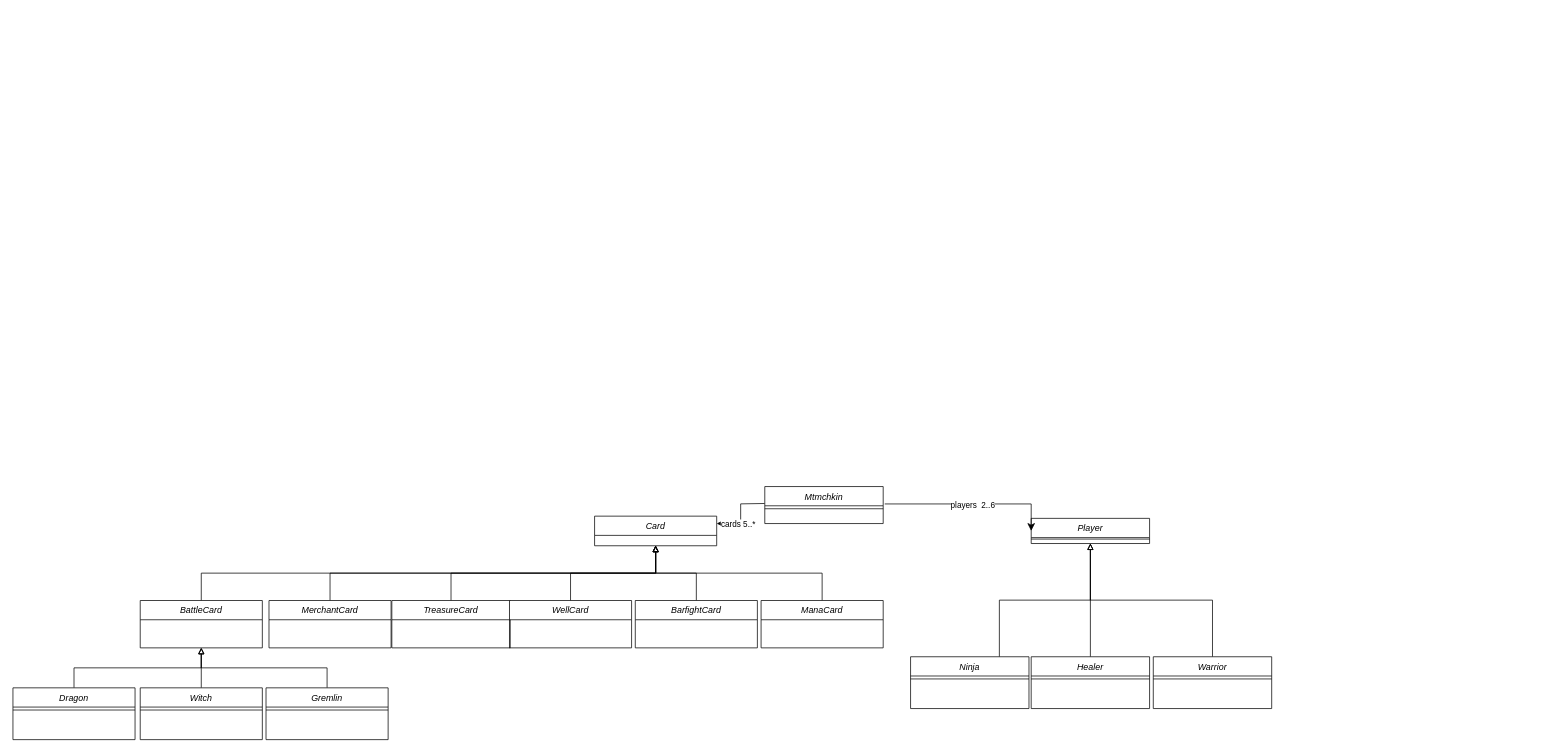
Earlier version of the draw.io diagram HW4_UML.drawio (bahat/ex4). Source tidied: cells renumbered, new cells numbered last; positions are measured from the earlier drawing's top-left corner, leaving out a move shared by most shapes. Both pictures are drawn from the tidied source at 74%, with x=0, y=0 at pixel (13, 486).
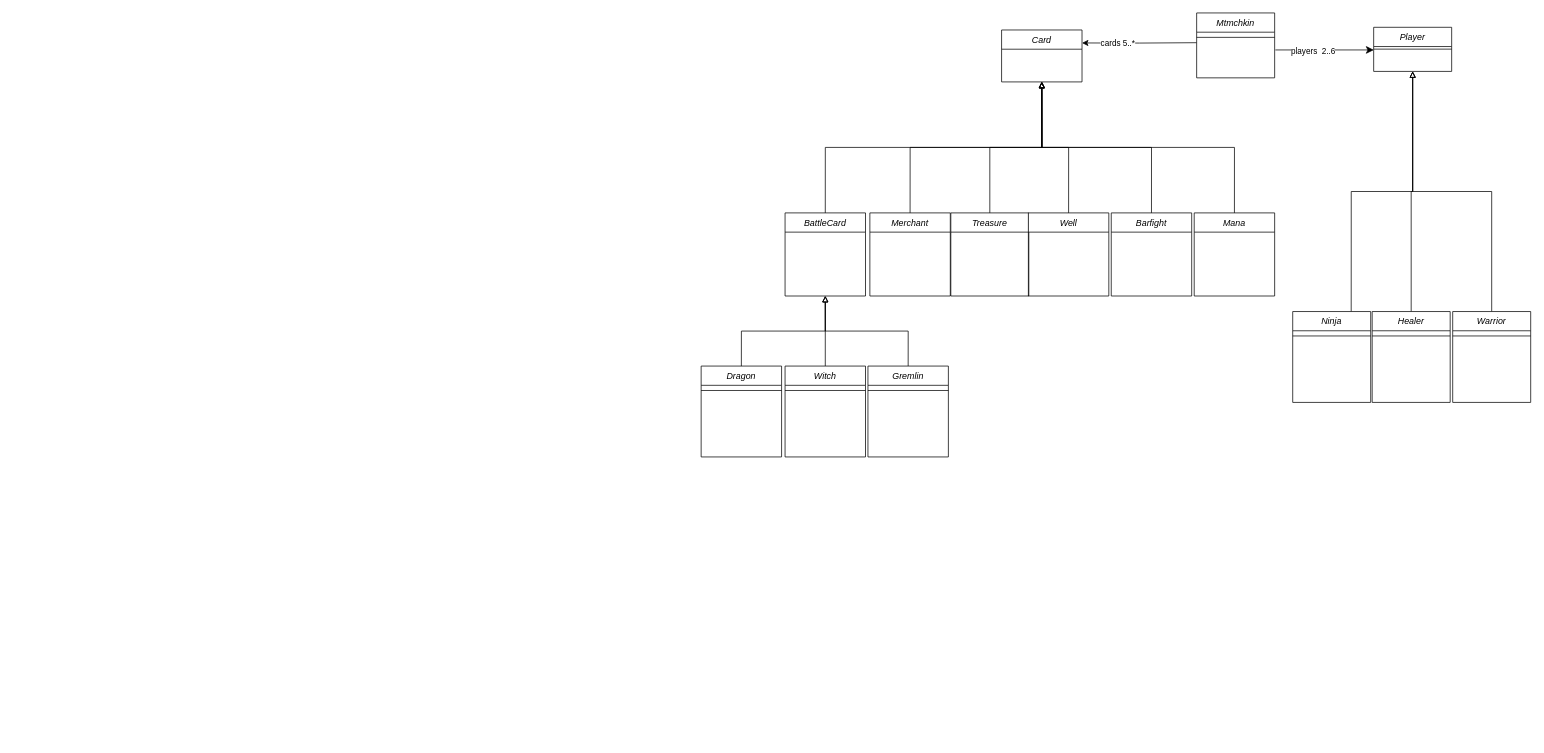
After the change.

Commit message:
updated uml diagram

What changed in the source:
```diff
@@
+    <mxCell id="41" style="group;" parent="1" vertex="1">
+      <mxGeometry x="930" y="-640" width="1121" height="600" as="geometry" />
+    </mxCell>
-    <mxCell id="2" value="Mtmchkin" style="swimlane;fontStyle=2;align=center;verticalAlign=top;horizontal=1;startSize=26;rounded=0;shadow=0;strokeWidth=1;" parent="1" vertex="1">
-      <mxGeometry x="1016" width="160" height="50" as="geometry" />
+    <mxCell id="2" value="Mtmchkin" style="swimlane;fontStyle=2;align=center;verticalAlign=top;horizontal=1;startSize=26;rounded=0;shadow=0;strokeWidth=1;" parent="41" vertex="1">
+      <mxGeometry x="669.6" width="105.4" height="87.7" as="geometry" />
     </mxCell>
     <mxCell id="3" style="line;html=1;strokeWidth=1;align=left;verticalAlign=middle;spacingTop=-1;spacingLeft=3;spacingRight=3;labelPosition=right;" parent="2" vertex="1">
-      <mxGeometry y="26" width="160" height="8" as="geometry" />
+      <mxGeometry y="26" width="105.4" height="14" as="geometry" />
     </mxCell>
-    <mxCell id="4" value="Player" style="swimlane;fontStyle=2;align=center;verticalAlign=top;horizontal=1;startSize=26;rounded=0;shadow=0;strokeWidth=1;" parent="1" vertex="1">
-      <mxGeometry x="1376" y="43" width="160" height="34" as="geometry" />
+    <mxCell id="4" value="Player" style="swimlane;fontStyle=2;align=center;verticalAlign=top;horizontal=1;startSize=26;rounded=0;shadow=0;strokeWidth=1;" parent="41" vertex="1">
+      <mxGeometry x="908.8" y="19.4" width="105.4" height="59.6" as="geometry" />
     </mxCell>
     <mxCell id="5" style="line;html=1;strokeWidth=1;align=left;verticalAlign=middle;spacingTop=-1;spacingLeft=3;spacingRight=3;labelPosition=right;" parent="4" vertex="1">
-      <mxGeometry y="26" width="160" height="4" as="geometry" />
+      <mxGeometry y="26" width="105.4" height="7" as="geometry" />
     </mxCell>
-    <mxCell id="6" style="edgeStyle=segmentEdgeStyle;endArrow=classic;html=1;curved=0;rounded=0;endSize=8;startSize=8;exitX=1.013;exitY=0.199;exitDx=0;exitDy=0;exitPerimeter=0;entryX=0;entryY=0.5;entryDx=0;entryDy=0;" parent="1" edge="1" target="4">
+    <mxCell id="6" style="edgeStyle=segmentEdgeStyle;endArrow=classic;html=1;curved=0;rounded=0;endSize=8;startSize=8;" parent="41" edge="1">
       <mxGeometry relative="1" as="geometry">
-        <mxPoint x="1178.1" y="23.5" as="sourcePoint" />
+        <mxPoint x="776" y="50" as="sourcePoint" />
+        <mxPoint x="909" y="50" as="targetPoint" />
+        <Array as="points">
+          <mxPoint x="776" y="50" />
+        </Array>
       </mxGeometry>
     </mxCell>
@@
-    <mxCell id="8" style="edgeStyle=orthogonalEdgeStyle;rounded=0;jettySize=auto;html=1;exitX=0.75;exitY=0;exitDx=0;exitDy=0;endArrow=block;endFill=0;entryX=0.5;entryY=1;entryDx=0;entryDy=0;" parent="1" edge="1" source="9" target="4">
+    <mxCell id="8" style="edgeStyle=orthogonalEdgeStyle;rounded=0;jettySize=auto;html=1;exitX=0.75;exitY=0;exitDx=0;exitDy=0;endArrow=block;endFill=0;entryX=0.5;entryY=1;entryDx=0;entryDy=0;" parent="41" edge="1" source="9" target="4">
       <mxGeometry relative="1" as="geometry" />
     </mxCell>
-    <mxCell id="9" value="Ninja" style="swimlane;fontStyle=2;align=center;verticalAlign=top;horizontal=1;startSize=26;rounded=0;shadow=0;strokeWidth=1;" parent="1" vertex="1">
-      <mxGeometry x="1213" y="230" width="160" height="70" as="geometry" />
+    <mxCell id="9" value="Ninja" style="swimlane;fontStyle=2;align=center;verticalAlign=top;horizontal=1;startSize=26;rounded=0;shadow=0;strokeWidth=1;" parent="41" vertex="1">
+      <mxGeometry x="799.4" y="403.5" width="105.4" height="122.8" as="geometry" />
     </mxCell>
     <mxCell id="10" style="line;html=1;strokeWidth=1;align=left;verticalAlign=middle;spacingTop=-1;spacingLeft=3;spacingRight=3;labelPosition=right;" parent="9" vertex="1">
-      <mxGeometry y="26" width="160" height="8" as="geometry" />
+      <mxGeometry y="26" width="105.4" height="14" as="geometry" />
     </mxCell>
-    <mxCell id="11" style="edgeStyle=orthogonalEdgeStyle;rounded=0;jettySize=auto;html=1;exitX=0.5;exitY=0;exitDx=0;exitDy=0;endArrow=block;endFill=0;entryX=0.5;entryY=1;entryDx=0;entryDy=0;" parent="1" edge="1" source="12" target="4">
+    <mxCell id="11" style="edgeStyle=orthogonalEdgeStyle;rounded=0;jettySize=auto;html=1;exitX=0.5;exitY=0;exitDx=0;exitDy=0;endArrow=block;endFill=0;entryX=0.5;entryY=1;entryDx=0;entryDy=0;" parent="41" edge="1" source="12" target="4">
       <mxGeometry relative="1" as="geometry" />
     </mxCell>
-    <mxCell id="12" value="Healer" style="swimlane;fontStyle=2;align=center;verticalAlign=top;horizontal=1;startSize=26;rounded=0;shadow=0;strokeWidth=1;" parent="1" vertex="1">
-      <mxGeometry x="1376" y="230" width="160" height="70" as="geometry" />
+    <mxCell id="12" value="Healer" style="swimlane;fontStyle=2;align=center;verticalAlign=top;horizontal=1;startSize=26;rounded=0;shadow=0;strokeWidth=1;" parent="41" vertex="1">
+      <mxGeometry x="906.8" y="403.5" width="105.4" height="122.8" as="geometry" />
     </mxCell>
     <mxCell id="13" style="line;html=1;strokeWidth=1;align=left;verticalAlign=middle;spacingTop=-1;spacingLeft=3;spacingRight=3;labelPosition=right;" parent="12" vertex="1">
-      <mxGeometry y="26" width="160" height="8" as="geometry" />
+      <mxGeometry y="26" width="105.4" height="14" as="geometry" />
     </mxCell>
-    <mxCell id="14" style="edgeStyle=orthogonalEdgeStyle;rounded=0;jettySize=auto;html=1;exitX=0.5;exitY=0;exitDx=0;exitDy=0;endArrow=block;endFill=0;entryX=0.5;entryY=1;entryDx=0;entryDy=0;" parent="1" edge="1" source="15" target="4">
+    <mxCell id="14" style="edgeStyle=orthogonalEdgeStyle;rounded=0;jettySize=auto;html=1;exitX=0.5;exitY=0;exitDx=0;exitDy=0;endArrow=block;endFill=0;entryX=0.5;entryY=1;entryDx=0;entryDy=0;" parent="41" edge="1" source="15" target="4">
       <mxGeometry relative="1" as="geometry" />
     </mxCell>
-    <mxCell id="15" value="Warrior" style="swimlane;fontStyle=2;align=center;verticalAlign=top;horizontal=1;startSize=26;rounded=0;shadow=0;strokeWidth=1;" parent="1" vertex="1">
-      <mxGeometry x="1541" y="230" width="160" height="70" as="geometry" />
+    <mxCell id="15" value="Warrior" style="swimlane;fontStyle=2;align=center;verticalAlign=top;horizontal=1;startSize=26;rounded=0;shadow=0;strokeWidth=1;" parent="41" vertex="1">
+      <mxGeometry x="1015.6" y="403.5" width="105.4" height="122.8" as="geometry" />
     </mxCell>
     <mxCell id="16" style="line;html=1;strokeWidth=1;align=left;verticalAlign=middle;spacingTop=-1;spacingLeft=3;spacingRight=3;labelPosition=right;" parent="15" vertex="1">
-      <mxGeometry y="26" width="160" height="8" as="geometry" />
+      <mxGeometry y="26" width="105.4" height="14" as="geometry" />
     </mxCell>
-    <mxCell id="17" value="Card" style="swimlane;fontStyle=2;align=center;verticalAlign=top;horizontal=1;startSize=26;rounded=0;shadow=0;strokeWidth=1;" parent="1" vertex="1">
-      <mxGeometry x="786" y="40" width="165" height="40" as="geometry" />
+    <mxCell id="17" value="Card" style="swimlane;fontStyle=2;align=center;verticalAlign=top;horizontal=1;startSize=26;rounded=0;shadow=0;strokeWidth=1;" parent="41" vertex="1">
+      <mxGeometry x="406" y="23" width="108.7" height="70.2" as="geometry" />
     </mxCell>
-    <mxCell id="18" style="edgeStyle=orthogonalEdgeStyle;rounded=0;jettySize=auto;html=1;exitX=0.5;exitY=0;exitDx=0;exitDy=0;entryX=0.5;entryY=1;entryDx=0;entryDy=0;endArrow=block;endFill=0;" parent="1" edge="1" source="19" target="22">
-      <mxGeometry relative="1" as="geometry" />
-    </mxCell>
-    <mxCell id="19" value="Dragon" style="swimlane;fontStyle=2;align=center;verticalAlign=top;horizontal=1;startSize=26;rounded=0;shadow=0;strokeWidth=1;" parent="1" vertex="1">
-      <mxGeometry y="272" width="165" height="70" as="geometry" />
+    <mxCell id="19" value="Dragon" style="swimlane;fontStyle=2;align=center;verticalAlign=top;horizontal=1;startSize=26;rounded=0;shadow=0;strokeWidth=1;" parent="41" vertex="1">
+      <mxGeometry y="477.2" width="108.7" height="122.8" as="geometry" />
     </mxCell>
     <mxCell id="20" style="line;html=1;strokeWidth=1;align=left;verticalAlign=middle;spacingTop=-1;spacingLeft=3;spacingRight=3;labelPosition=right;" parent="19" vertex="1">
-      <mxGeometry y="26" width="165" height="8" as="geometry" />
+      <mxGeometry y="26" width="108.7" height="14" as="geometry" />
     </mxCell>
-    <mxCell id="21" style="edgeStyle=orthogonalEdgeStyle;rounded=0;jettySize=auto;html=1;exitX=0.5;exitY=0;exitDx=0;exitDy=0;endArrow=block;endFill=0;entryX=0.5;entryY=1;entryDx=0;entryDy=0;" parent="1" edge="1" source="22" target="17">
+    <mxCell id="21" style="edgeStyle=orthogonalEdgeStyle;rounded=0;jettySize=auto;html=1;exitX=0.5;exitY=0;exitDx=0;exitDy=0;endArrow=block;endFill=0;entryX=0.5;entryY=1;entryDx=0;entryDy=0;" parent="41" edge="1" source="22" target="17">
       <mxGeometry relative="1" as="geometry" />
     </mxCell>
-    <mxCell id="22" value="BattleCard" style="swimlane;fontStyle=2;align=center;verticalAlign=top;horizontal=1;startSize=26;rounded=0;shadow=0;strokeWidth=1;" parent="1" vertex="1">
-      <mxGeometry x="172" y="154" width="165" height="64" as="geometry" />
+    <mxCell id="22" value="BattleCard" style="swimlane;fontStyle=2;align=center;verticalAlign=top;horizontal=1;startSize=26;rounded=0;shadow=0;strokeWidth=1;" parent="41" vertex="1">
+      <mxGeometry x="113.4" y="270.2" width="108.7" height="112.3" as="geometry" />
     </mxCell>
+    <mxCell id="18" style="edgeStyle=orthogonalEdgeStyle;rounded=0;jettySize=auto;html=1;exitX=0.5;exitY=0;exitDx=0;exitDy=0;entryX=0.5;entryY=1;entryDx=0;entryDy=0;endArrow=block;endFill=0;" parent="41" edge="1" source="19" target="22">
+      <mxGeometry relative="1" as="geometry" />
+    </mxCell>
-    <mxCell id="23" style="edgeStyle=orthogonalEdgeStyle;rounded=0;jettySize=auto;html=1;exitX=0.5;exitY=0;exitDx=0;exitDy=0;entryX=0.5;entryY=1;entryDx=0;entryDy=0;endArrow=block;endFill=0;" parent="1" edge="1" source="24" target="17">
+    <mxCell id="23" style="edgeStyle=orthogonalEdgeStyle;rounded=0;jettySize=auto;html=1;exitX=0.5;exitY=0;exitDx=0;exitDy=0;entryX=0.5;entryY=1;entryDx=0;entryDy=0;endArrow=block;endFill=0;" parent="41" edge="1" source="24" target="17">
       <mxGeometry relative="1" as="geometry" />
     </mxCell>
-    <mxCell id="24" value="MerchantCard" style="swimlane;fontStyle=2;align=center;verticalAlign=top;horizontal=1;startSize=26;rounded=0;shadow=0;strokeWidth=1;" parent="1" vertex="1">
-      <mxGeometry x="346" y="154" width="165" height="64" as="geometry" />
+    <mxCell id="24" value="Merchant" style="swimlane;fontStyle=2;align=center;verticalAlign=top;horizontal=1;startSize=26;rounded=0;shadow=0;strokeWidth=1;" parent="41" vertex="1">
+      <mxGeometry x="228" y="270.2" width="108.7" height="112.3" as="geometry" />
     </mxCell>
-    <mxCell id="25" style="edgeStyle=orthogonalEdgeStyle;rounded=0;jettySize=auto;html=1;exitX=0.5;exitY=0;exitDx=0;exitDy=0;entryX=0.5;entryY=1;entryDx=0;entryDy=0;endArrow=block;endFill=0;" parent="1" edge="1" source="26" target="17">
+    <mxCell id="25" style="edgeStyle=orthogonalEdgeStyle;rounded=0;jettySize=auto;html=1;exitX=0.5;exitY=0;exitDx=0;exitDy=0;entryX=0.5;entryY=1;entryDx=0;entryDy=0;endArrow=block;endFill=0;" parent="41" edge="1" source="26" target="17">
       <mxGeometry relative="1" as="geometry" />
     </mxCell>
-    <mxCell id="26" value="ManaCard" style="swimlane;fontStyle=2;align=center;verticalAlign=top;horizontal=1;startSize=26;rounded=0;shadow=0;strokeWidth=1;" parent="1" vertex="1">
-      <mxGeometry x="1011" y="154" width="165" height="64" as="geometry" />
+    <mxCell id="26" value="Mana" style="swimlane;fontStyle=2;align=center;verticalAlign=top;horizontal=1;startSize=26;rounded=0;shadow=0;strokeWidth=1;" parent="41" vertex="1">
+      <mxGeometry x="666.3" y="270.2" width="108.7" height="112.3" as="geometry" />
     </mxCell>
-    <mxCell id="27" style="edgeStyle=orthogonalEdgeStyle;rounded=0;jettySize=auto;html=1;exitX=0.5;exitY=0;exitDx=0;exitDy=0;entryX=0.5;entryY=1;entryDx=0;entryDy=0;endArrow=block;endFill=0;" parent="1" edge="1" source="28" target="17">
+    <mxCell id="27" style="edgeStyle=orthogonalEdgeStyle;rounded=0;jettySize=auto;html=1;exitX=0.5;exitY=0;exitDx=0;exitDy=0;entryX=0.5;entryY=1;entryDx=0;entryDy=0;endArrow=block;endFill=0;" parent="41" edge="1" source="28" target="17">
       <mxGeometry relative="1" as="geometry" />
     </mxCell>
-    <mxCell id="28" value="TreasureCard" style="swimlane;fontStyle=2;align=center;verticalAlign=top;horizontal=1;startSize=26;rounded=0;shadow=0;strokeWidth=1;" parent="1" vertex="1">
-      <mxGeometry x="512" y="154" width="160" height="64" as="geometry" />
+    <mxCell id="28" value="Treasure" style="swimlane;fontStyle=2;align=center;verticalAlign=top;horizontal=1;startSize=26;rounded=0;shadow=0;strokeWidth=1;" parent="41" vertex="1">
+      <mxGeometry x="337.4" y="270.2" width="105.4" height="112.3" as="geometry" />
     </mxCell>
-    <mxCell id="29" style="edgeStyle=orthogonalEdgeStyle;rounded=0;jettySize=auto;html=1;exitX=0.5;exitY=0;exitDx=0;exitDy=0;entryX=0.5;entryY=1;entryDx=0;entryDy=0;endArrow=block;endFill=0;" parent="1" edge="1" source="30" target="17">
+    <mxCell id="29" style="edgeStyle=orthogonalEdgeStyle;rounded=0;jettySize=auto;html=1;exitX=0.5;exitY=0;exitDx=0;exitDy=0;entryX=0.5;entryY=1;entryDx=0;entryDy=0;endArrow=block;endFill=0;" parent="41" edge="1" source="30" target="17">
       <mxGeometry relative="1" as="geometry" />
     </mxCell>
-    <mxCell id="30" value="WellCard" style="swimlane;fontStyle=2;align=center;verticalAlign=top;horizontal=1;startSize=26;rounded=0;shadow=0;strokeWidth=1;" parent="1" vertex="1">
-      <mxGeometry x="671" y="154" width="165" height="64" as="geometry" />
+    <mxCell id="30" value="Well" style="swimlane;fontStyle=2;align=center;verticalAlign=top;horizontal=1;startSize=26;rounded=0;shadow=0;strokeWidth=1;" parent="41" vertex="1">
+      <mxGeometry x="442.2" y="270.2" width="108.7" height="112.3" as="geometry" />
     </mxCell>
-    <mxCell id="31" style="edgeStyle=orthogonalEdgeStyle;rounded=0;jettySize=auto;html=1;exitX=0.5;exitY=0;exitDx=0;exitDy=0;entryX=0.5;entryY=1;entryDx=0;entryDy=0;endArrow=block;endFill=0;" parent="1" edge="1" source="32" target="17">
+    <mxCell id="31" style="edgeStyle=orthogonalEdgeStyle;rounded=0;jettySize=auto;html=1;exitX=0.5;exitY=0;exitDx=0;exitDy=0;entryX=0.5;entryY=1;entryDx=0;entryDy=0;endArrow=block;endFill=0;" parent="41" edge="1" source="32" target="17">
       <mxGeometry relative="1" as="geometry" />
     </mxCell>
-    <mxCell id="32" value="BarfightCard" style="swimlane;fontStyle=2;align=center;verticalAlign=top;horizontal=1;startSize=26;rounded=0;shadow=0;strokeWidth=1;" parent="1" vertex="1">
-      <mxGeometry x="841" y="154" width="165" height="64" as="geometry" />
+    <mxCell id="32" value="Barfight" style="swimlane;fontStyle=2;align=center;verticalAlign=top;horizontal=1;startSize=26;rounded=0;shadow=0;strokeWidth=1;" parent="41" vertex="1">
+      <mxGeometry x="554.2" y="270.2" width="108.7" height="112.3" as="geometry" />
     </mxCell>
-    <mxCell id="33" style="edgeStyle=orthogonalEdgeStyle;rounded=0;jettySize=auto;html=1;exitX=0.5;exitY=0;exitDx=0;exitDy=0;entryX=0.5;entryY=1;entryDx=0;entryDy=0;endArrow=block;endFill=0;" parent="1" edge="1" source="34" target="22">
+    <mxCell id="33" style="edgeStyle=orthogonalEdgeStyle;rounded=0;jettySize=auto;html=1;exitX=0.5;exitY=0;exitDx=0;exitDy=0;entryX=0.5;entryY=1;entryDx=0;entryDy=0;endArrow=block;endFill=0;" parent="41" edge="1" source="34" target="22">
       <mxGeometry relative="1" as="geometry" />
     </mxCell>
-    <mxCell id="34" value="Witch" style="swimlane;fontStyle=2;align=center;verticalAlign=top;horizontal=1;startSize=26;rounded=0;shadow=0;strokeWidth=1;" parent="1" vertex="1">
-      <mxGeometry x="172" y="272" width="165" height="70" as="geometry" />
+    <mxCell id="34" value="Witch" style="swimlane;fontStyle=2;align=center;verticalAlign=top;horizontal=1;startSize=26;rounded=0;shadow=0;strokeWidth=1;" parent="41" vertex="1">
+      <mxGeometry x="113.4" y="477.2" width="108.7" height="122.8" as="geometry" />
     </mxCell>
     <mxCell id="35" style="line;html=1;strokeWidth=1;align=left;verticalAlign=middle;spacingTop=-1;spacingLeft=3;spacingRight=3;labelPosition=right;" parent="34" vertex="1">
-      <mxGeometry y="26" width="165" height="8" as="geometry" />
+      <mxGeometry y="26" width="108.7" height="14" as="geometry" />
     </mxCell>
-    <mxCell id="36" style="edgeStyle=orthogonalEdgeStyle;rounded=0;jettySize=auto;html=1;exitX=0.5;exitY=0;exitDx=0;exitDy=0;entryX=0.5;entryY=1;entryDx=0;entryDy=0;endArrow=block;endFill=0;" parent="1" edge="1" source="37" target="22">
+    <mxCell id="36" style="edgeStyle=orthogonalEdgeStyle;rounded=0;jettySize=auto;html=1;exitX=0.5;exitY=0;exitDx=0;exitDy=0;entryX=0.5;entryY=1;entryDx=0;entryDy=0;endArrow=block;endFill=0;" parent="41" edge="1" source="37" target="22">
       <mxGeometry relative="1" as="geometry" />
     </mxCell>
-    <mxCell id="37" value="Gremlin" style="swimlane;fontStyle=2;align=center;verticalAlign=top;horizontal=1;startSize=26;rounded=0;shadow=0;strokeWidth=1;" parent="1" vertex="1">
-      <mxGeometry x="342" y="272" width="165" height="70" as="geometry" />
+    <mxCell id="37" value="Gremlin" style="swimlane;fontStyle=2;align=center;verticalAlign=top;horizontal=1;startSize=26;rounded=0;shadow=0;strokeWidth=1;" parent="41" vertex="1">
+      <mxGeometry x="225.4" y="477.2" width="108.7" height="122.8" as="geometry" />
     </mxCell>
     <mxCell id="38" style="line;html=1;strokeWidth=1;align=left;verticalAlign=middle;spacingTop=-1;spacingLeft=3;spacingRight=3;labelPosition=right;" parent="37" vertex="1">
-      <mxGeometry y="26" width="165" height="8" as="geometry" />
+      <mxGeometry y="26" width="108.7" height="14" as="geometry" />
     </mxCell>
-    <mxCell id="39" style="edgeStyle=orthogonalEdgeStyle;rounded=0;jettySize=auto;html=1;entryX=1;entryY=0.25;entryDx=0;entryDy=0;endArrow=classic;endFill=1;exitX=-0.002;exitY=0.193;exitDx=0;exitDy=0;exitPerimeter=0;" parent="1" edge="1" target="17">
+    <mxCell id="39" style="edgeStyle=orthogonalEdgeStyle;rounded=0;jettySize=auto;html=1;entryX=1;entryY=0.25;entryDx=0;entryDy=0;endArrow=classic;endFill=1;exitX=-0.002;exitY=0.193;exitDx=0;exitDy=0;exitPerimeter=0;" parent="41" edge="1" target="17">
       <mxGeometry relative="1" as="geometry">
-        <mxPoint x="1015.7" y="22.9" as="sourcePoint" />
+        <mxPoint x="669.4" y="40.2" as="sourcePoint" />
       </mxGeometry>
     </mxCell>
```
